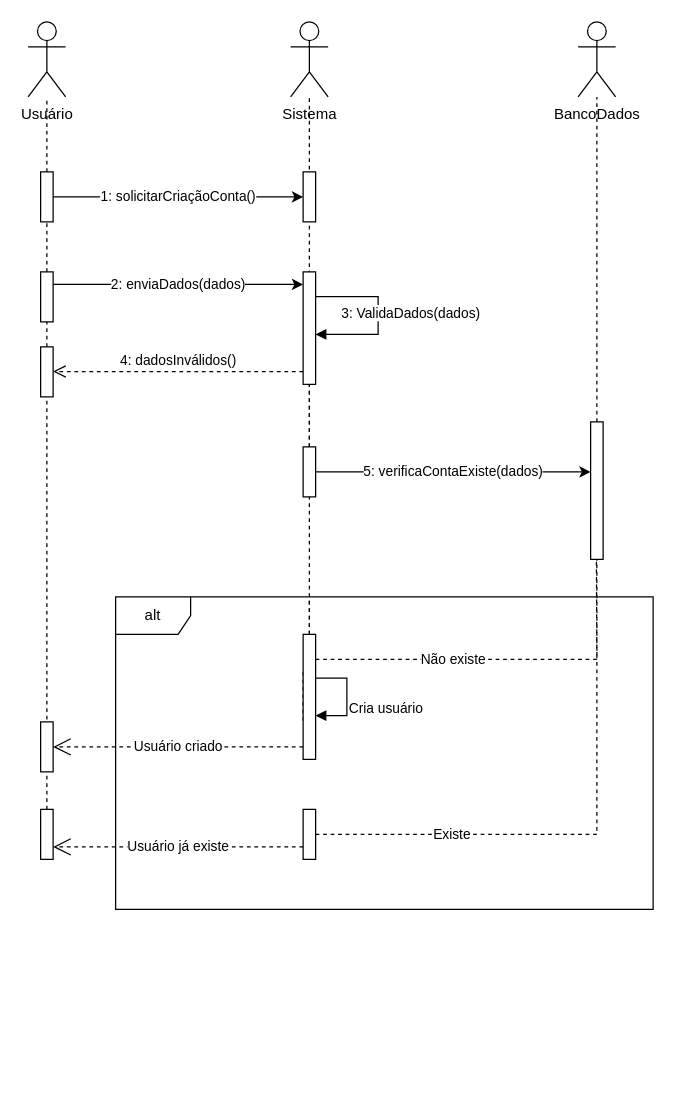
Above: cadastro.drawio in KauanHK/diagramas (draw.io), before the change. Source tidied: cells renumbered, new cells numbered last; positions are measured from the earlier drawing's top-left corner, leaving out a move shared by most shapes. Both pictures are drawn from the tidied source at 125%, with x=0, y=0 at pixel (28, 21).
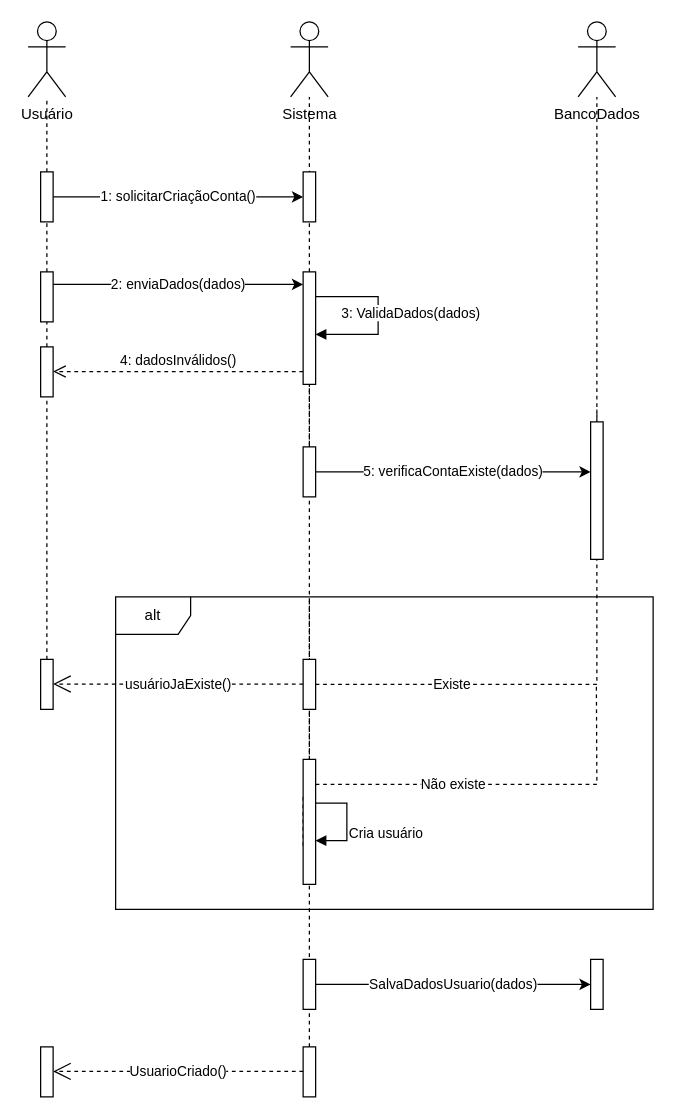
After the change.

Diff of the diagram source:
```diff
@@
+    <mxCell id="32" value="Existe" style="endArrow=none;dashed=1;html=1;rounded=0;" parent="1" edge="1">
+      <mxGeometry x="-0.51" relative="1" as="geometry">
+        <mxPoint x="230" y="530" as="sourcePoint" />
+        <mxPoint x="455" y="310" as="targetPoint" />
+        <Array as="points">
+          <mxPoint x="455" y="530" />
+          <mxPoint x="455" y="470" />
+          <mxPoint x="455" y="400" />
+        </Array>
+      </mxGeometry>
+    </mxCell>
+    <mxCell id="22" style="endArrow=none;dashed=1;html=1;rounded=0;" parent="1" edge="1" source="38">
+      <mxGeometry relative="1" as="geometry">
+        <mxPoint x="225" y="460" as="targetPoint" />
+      </mxGeometry>
+    </mxCell>
+    <mxCell id="9" style="endArrow=none;dashed=1;html=1;rounded=0;" parent="1" edge="1" source="17">
+      <mxGeometry relative="1" as="geometry">
+        <mxPoint x="225" y="60" as="targetPoint" />
+      </mxGeometry>
+    </mxCell>
@@
-    <mxCell id="9" style="endArrow=none;dashed=1;html=1;rounded=0;" parent="1" edge="1" source="17">
-      <mxGeometry relative="1" as="geometry">
-        <mxPoint x="225" y="60" as="targetPoint" />
-      </mxGeometry>
-    </mxCell>
@@
     <mxCell id="16" style="endArrow=none;dashed=1;html=1;rounded=0;" parent="1" edge="1">
       <mxGeometry relative="1" as="geometry">
-        <mxPoint x="220" y="520" as="sourcePoint" />
-        <mxPoint x="220" y="560" as="targetPoint" />
+        <mxPoint x="220" y="620" as="sourcePoint" />
+        <mxPoint x="220" y="660" as="targetPoint" />
       </mxGeometry>
     </mxCell>
     <mxCell id="17" style="html=1;points=[];perimeter=orthogonalPerimeter;outlineConnect=0;targetShapes=umlLifeline;portConstraint=eastwest;newEdgeStyle={&quot;edgeStyle&quot;:&quot;elbowEdgeStyle&quot;,&quot;elbow&quot;:&quot;vertical&quot;,&quot;curved&quot;:0,&quot;rounded&quot;:0};" parent="1" vertex="1">
-      <mxGeometry x="220" y="490" width="10" height="100" as="geometry" />
+      <mxGeometry x="220" y="590" width="10" height="100" as="geometry" />
     </mxCell>
     <mxCell id="18" value="Cria usuário" style="endArrow=block;endFill=1;html=1;edgeStyle=orthogonalEdgeStyle;align=left;verticalAlign=top;rounded=0;" parent="1" edge="1">
       <mxGeometry x="-0.11" relative="1" as="geometry">
-        <mxPoint x="230" y="525" as="sourcePoint" />
-        <mxPoint x="230" y="555" as="targetPoint" />
+        <mxPoint x="230" y="625" as="sourcePoint" />
+        <mxPoint x="230" y="655" as="targetPoint" />
         <Array as="points">
-          <mxPoint x="255" y="525" />
-          <mxPoint x="255" y="555" />
+          <mxPoint x="255" y="625" />
+          <mxPoint x="255" y="655" />
         </Array>
       </mxGeometry>
     </mxCell>
-    <mxCell id="19" value="Usuário criado" style="endArrow=open;endSize=12;dashed=1;html=1;rounded=0;" parent="1" edge="1">
-      <mxGeometry relative="1" as="geometry">
-        <mxPoint x="220" y="580" as="sourcePoint" />
-        <mxPoint x="20" y="580" as="targetPoint" />
-      </mxGeometry>
-    </mxCell>
-    <mxCell id="20" style="html=1;perimeter=orthogonalPerimeter;targetShapes=umlLifeline;newEdgeStyle={&quot;edgeStyle&quot;:&quot;elbowEdgeStyle&quot;,&quot;elbow&quot;:&quot;vertical&quot;,&quot;curved&quot;:0,&quot;rounded&quot;:0};" parent="1" vertex="1">
-      <mxGeometry x="10" y="560" width="10" height="40" as="geometry" />
-    </mxCell>
@@
-    <mxCell id="22" style="endArrow=none;dashed=1;html=1;rounded=0;" parent="1" edge="1" source="17">
-      <mxGeometry relative="1" as="geometry">
-        <mxPoint x="225" y="460" as="targetPoint" />
-      </mxGeometry>
-    </mxCell>
@@
     <mxCell id="30" value="Não existe" style="endArrow=none;dashed=1;html=1;rounded=0;" parent="1" edge="1" source="17">
       <mxGeometry x="-0.28" relative="1" as="geometry">
-        <mxPoint x="454.6" y="430" as="targetPoint" />
+        <mxPoint x="454.6" y="530" as="targetPoint" />
         <Array as="points">
-          <mxPoint x="430" y="510" />
-          <mxPoint x="455" y="510" />
+          <mxPoint x="430" y="610" />
+          <mxPoint x="455" y="610" />
         </Array>
       </mxGeometry>
     </mxCell>
     <mxCell id="31" style="html=1;perimeter=orthogonalPerimeter;targetShapes=umlLifeline;newEdgeStyle={&quot;edgeStyle&quot;:&quot;elbowEdgeStyle&quot;,&quot;elbow&quot;:&quot;vertical&quot;,&quot;curved&quot;:0,&quot;rounded&quot;:0};" parent="1" vertex="1">
-      <mxGeometry x="220" y="630" width="10" height="40" as="geometry" />
+      <mxGeometry x="220" y="510" width="10" height="40" as="geometry" />
     </mxCell>
-    <mxCell id="32" value="Existe" style="endArrow=none;dashed=1;html=1;rounded=0;" parent="1" edge="1">
-      <mxGeometry x="-0.51" relative="1" as="geometry">
-        <mxPoint x="230" y="650" as="sourcePoint" />
-        <mxPoint x="455" y="430" as="targetPoint" />
-        <Array as="points">
-          <mxPoint x="455" y="650" />
-          <mxPoint x="455" y="590" />
-          <mxPoint x="455" y="520" />
-        </Array>
-      </mxGeometry>
-    </mxCell>
     <mxCell id="33" style="html=1;points=[];perimeter=orthogonalPerimeter;outlineConnect=0;targetShapes=umlLifeline;portConstraint=eastwest;newEdgeStyle={&quot;edgeStyle&quot;:&quot;elbowEdgeStyle&quot;,&quot;elbow&quot;:&quot;vertical&quot;,&quot;curved&quot;:0,&quot;rounded&quot;:0};" parent="1" vertex="1">
-      <mxGeometry x="10" y="630" width="10" height="40" as="geometry" />
+      <mxGeometry x="10" y="510" width="10" height="40" as="geometry" />
     </mxCell>
-    <mxCell id="34" value="Usuário já existe" style="endArrow=open;endSize=12;dashed=1;html=1;rounded=0;" parent="1" edge="1">
+    <mxCell id="34" value="usuárioJaExiste()" style="endArrow=open;endSize=12;dashed=1;html=1;rounded=0;" parent="1" edge="1">
       <mxGeometry relative="1" as="geometry">
-        <mxPoint x="220" y="660" as="sourcePoint" />
-        <mxPoint x="20" y="660" as="targetPoint" />
+        <mxPoint x="220" y="529.7" as="sourcePoint" />
+        <mxPoint x="20" y="529.7" as="targetPoint" />
       </mxGeometry>
     </mxCell>
+    <mxCell id="35" value="SalvaDadosUsuario(dados)" style="edgeStyle=elbowEdgeStyle;rounded=0;jettySize=auto;html=1;elbow=vertical;curved=0;" parent="1" edge="1" source="36" target="37">
+      <mxGeometry relative="1" as="geometry" />
+    </mxCell>
+    <mxCell id="36" style="html=1;points=[];perimeter=orthogonalPerimeter;outlineConnect=0;targetShapes=umlLifeline;portConstraint=eastwest;newEdgeStyle={&quot;edgeStyle&quot;:&quot;elbowEdgeStyle&quot;,&quot;elbow&quot;:&quot;vertical&quot;,&quot;curved&quot;:0,&quot;rounded&quot;:0};" parent="1" vertex="1">
+      <mxGeometry x="220" y="750" width="10" height="40" as="geometry" />
+    </mxCell>
+    <mxCell id="37" style="html=1;points=[];perimeter=orthogonalPerimeter;outlineConnect=0;targetShapes=umlLifeline;portConstraint=eastwest;newEdgeStyle={&quot;edgeStyle&quot;:&quot;elbowEdgeStyle&quot;,&quot;elbow&quot;:&quot;vertical&quot;,&quot;curved&quot;:0,&quot;rounded&quot;:0};" parent="1" vertex="1">
+      <mxGeometry x="450" y="750" width="10" height="40" as="geometry" />
+    </mxCell>
+    <mxCell id="38" style="html=1;points=[];perimeter=orthogonalPerimeter;outlineConnect=0;targetShapes=umlLifeline;portConstraint=eastwest;newEdgeStyle={&quot;edgeStyle&quot;:&quot;elbowEdgeStyle&quot;,&quot;elbow&quot;:&quot;vertical&quot;,&quot;curved&quot;:0,&quot;rounded&quot;:0};" parent="1" vertex="1">
+      <mxGeometry x="220" y="820" width="10" height="40" as="geometry" />
+    </mxCell>
+    <mxCell id="39" style="html=1;perimeter=orthogonalPerimeter;targetShapes=umlLifeline;newEdgeStyle={&quot;edgeStyle&quot;:&quot;elbowEdgeStyle&quot;,&quot;elbow&quot;:&quot;vertical&quot;,&quot;curved&quot;:0,&quot;rounded&quot;:0};" parent="1" vertex="1">
+      <mxGeometry x="10" y="820" width="10" height="40" as="geometry" />
+    </mxCell>
+    <mxCell id="40" value="UsuarioCriado()" style="endArrow=open;endSize=12;dashed=1;html=1;rounded=0;" parent="1" edge="1">
+      <mxGeometry relative="1" as="geometry">
+        <mxPoint x="220" y="839.6" as="sourcePoint" />
+        <mxPoint x="20" y="839.6" as="targetPoint" />
+      </mxGeometry>
+    </mxCell>
```
